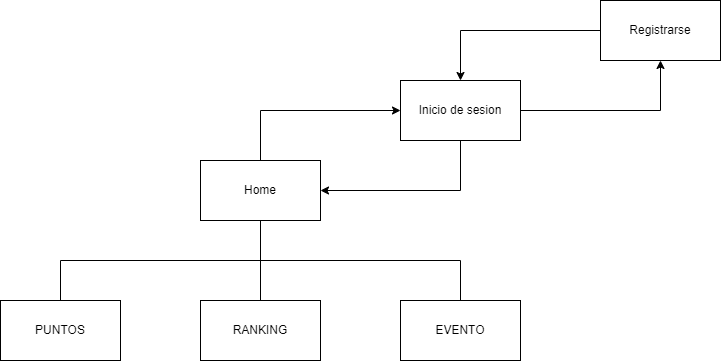
Before: P2/img/SitemapHecho.png, a diagram exported from draw.io (OscarLM32/DIU). Source tidied: cells renumbered, new cells last; positions are measured from the earlier drawing's top-left corner, leaving out a move shared by most shapes.
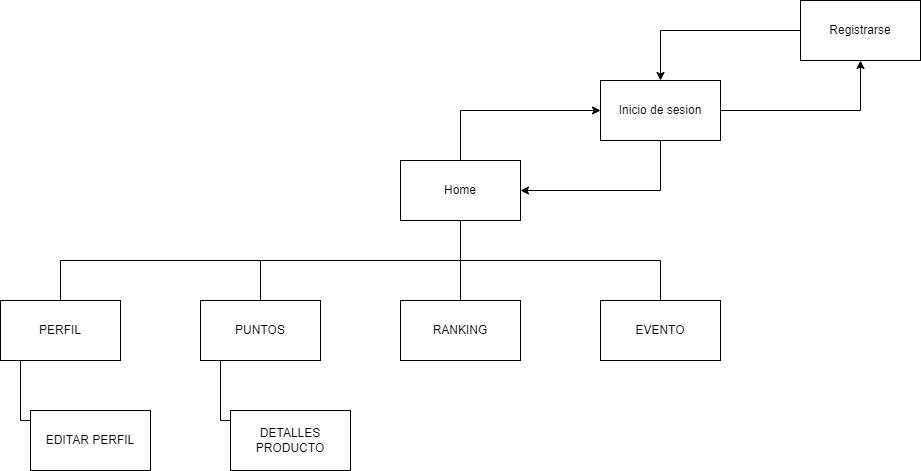
Above is the later version.

The edit, as a diff of the source:
```diff
@@ -28,6 +28,14 @@
         </Array>
       </mxGeometry>
     </mxCell>
+    <mxCell id="15" style="edgeStyle=orthogonalEdgeStyle;rounded=0;jettySize=auto;html=1;endArrow=none;endFill=0;" parent="1" edge="1" source="9" target="18">
+      <mxGeometry relative="1" as="geometry">
+        <Array as="points">
+          <mxPoint x="260" y="260" />
+          <mxPoint x="-140" y="260" />
+        </Array>
+      </mxGeometry>
+    </mxCell>
     <mxCell id="9" value="Home" style="rounded=0;whiteSpace=wrap;html=1;" parent="1" vertex="1">
       <mxGeometry x="200" y="160" width="120" height="60" as="geometry" />
     </mxCell>
@@ -40,11 +48,34 @@
     <mxCell id="12" value="RANKING" style="rounded=0;whiteSpace=wrap;html=1;" parent="1" vertex="1">
       <mxGeometry x="200" y="300" width="120" height="60" as="geometry" />
     </mxCell>
+    <mxCell id="16" style="edgeStyle=orthogonalEdgeStyle;rounded=0;jettySize=auto;html=1;endArrow=none;endFill=0;" parent="1" edge="1" source="13" target="20">
+      <mxGeometry relative="1" as="geometry">
+        <Array as="points">
+          <mxPoint x="20" y="420" />
+        </Array>
+      </mxGeometry>
+    </mxCell>
     <mxCell id="13" value="PUNTOS" style="rounded=0;whiteSpace=wrap;html=1;" parent="1" vertex="1">
       <mxGeometry y="300" width="120" height="60" as="geometry" />
     </mxCell>
     <mxCell id="14" value="EVENTO" style="rounded=0;whiteSpace=wrap;html=1;" parent="1" vertex="1">
       <mxGeometry x="400" y="300" width="120" height="60" as="geometry" />
     </mxCell>
+    <mxCell id="17" style="edgeStyle=orthogonalEdgeStyle;rounded=0;jettySize=auto;html=1;endArrow=none;endFill=0;" parent="1" edge="1" source="18" target="19">
+      <mxGeometry relative="1" as="geometry">
+        <Array as="points">
+          <mxPoint x="-180" y="420" />
+        </Array>
+      </mxGeometry>
+    </mxCell>
+    <mxCell id="18" value="PERFIL" style="rounded=0;whiteSpace=wrap;html=1;" parent="1" vertex="1">
+      <mxGeometry x="-200" y="300" width="120" height="60" as="geometry" />
+    </mxCell>
+    <mxCell id="19" value="EDITAR PERFIL" style="rounded=0;whiteSpace=wrap;html=1;" parent="1" vertex="1">
+      <mxGeometry x="-170" y="410" width="120" height="60" as="geometry" />
+    </mxCell>
+    <mxCell id="20" value="DETALLES PRODUCTO" style="rounded=0;whiteSpace=wrap;html=1;" parent="1" vertex="1">
+      <mxGeometry x="30" y="410" width="120" height="60" as="geometry" />
+    </mxCell>
   </root>
 </mxGraphModel>
```
